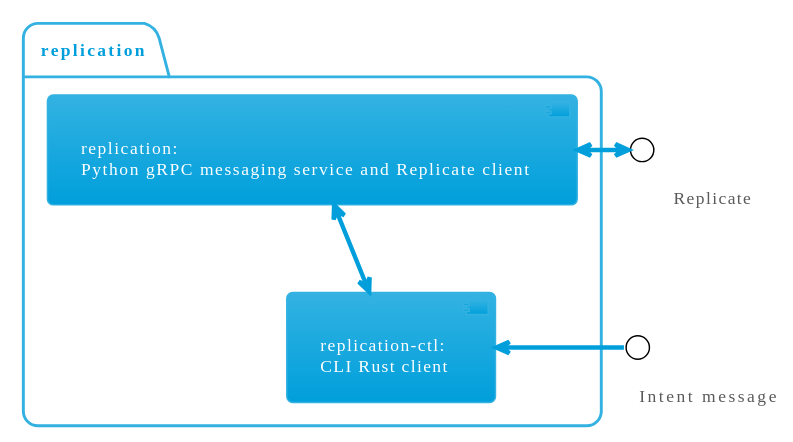
Before: design.svg, a diagram exported from PlantUML (suchapalaver/replication).
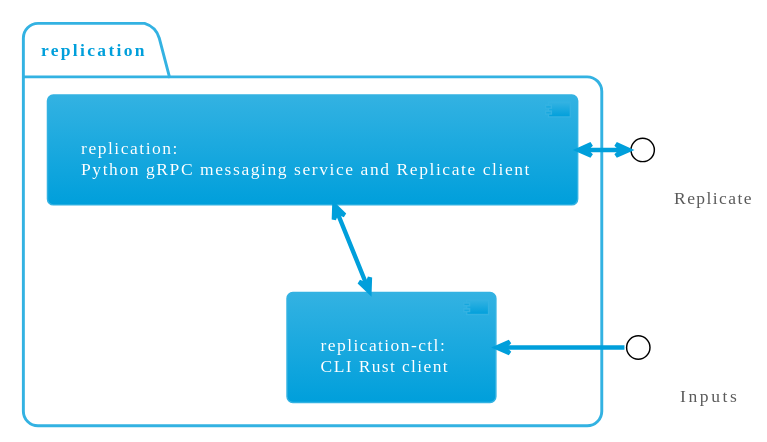
The same file after the commit.

Commit message:
docs: update design diagram

Change to the diagram source:
```diff
@@ -12,6 +12,6 @@
 interface "\t\t\tReplicate" as Replicate
 [replication:\nPython gRPC messaging service and Replicate client] <--right--> Replicate
 
-interface "\t\t\tIntent message" as Intent
+interface "\t\t\tInputs" as Intent
 [replication-ctl:\nCLI Rust client] <--right-- Intent
 @enduml
```
